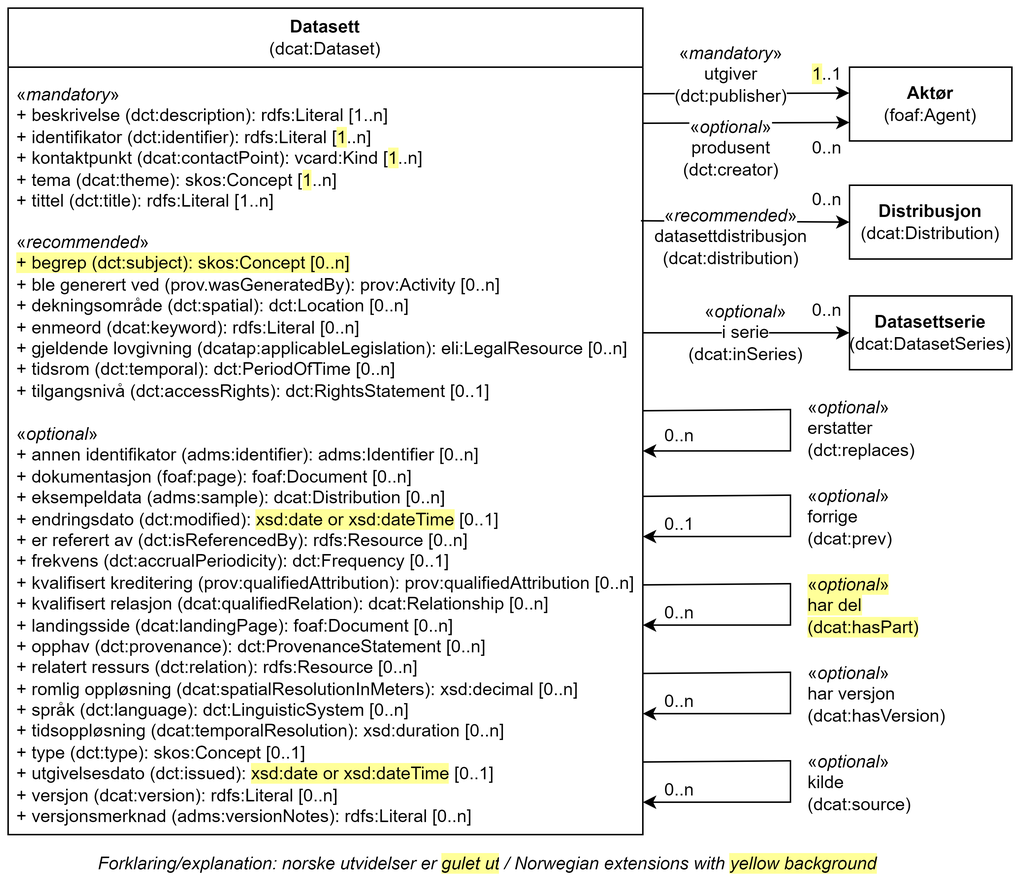
Informasjonsforvaltning/dcat-ap-no keeps this draw.io diagram as docs/images/Klassen-Datasett.png. Above is the earlier version. Source tidied: cells renumbered, new cells last; positions are measured from the earlier drawing's top-left corner, leaving out a move shared by most shapes.
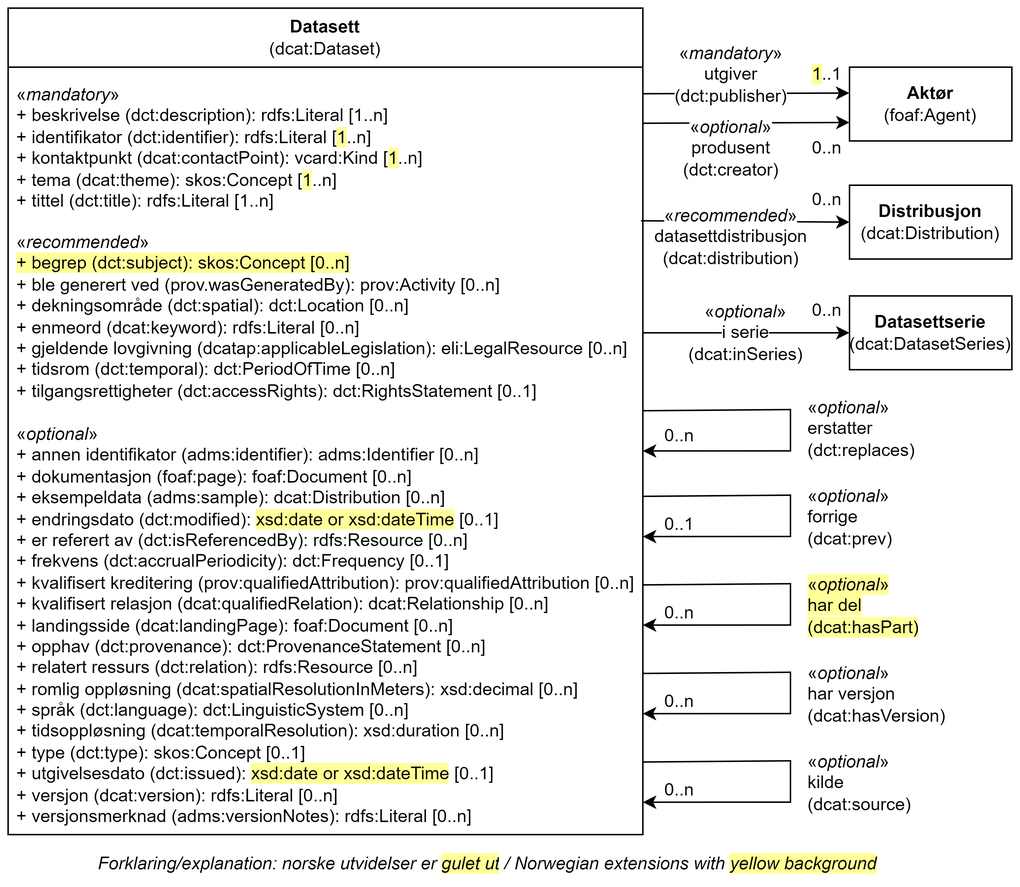
The same diagram one commit later.

Commit message:
Oppdaterer tegning Datasett

What changed in the source:
```diff
@@ -8,7 +8,7 @@
     <mxCell id="3" value="«&lt;i&gt;mandatory&lt;/i&gt;»&lt;br&gt;+ beskrivelse (dct:description): rdfs:Literal [1..n]&lt;br&gt;+ identifikator (dct:identifier): rdfs:Literal [&lt;span style=&quot;background-color: rgb(255, 255, 153);&quot;&gt;1&lt;/span&gt;..n]&lt;br&gt;+ kontaktpunkt (dcat:contactPoint): vcard:Kind [&lt;span style=&quot;background-color: rgb(255, 255, 153);&quot;&gt;1&lt;/span&gt;..n]&lt;br&gt;+ tema (dcat:theme): skos:Concept [&lt;span style=&quot;background-color: rgb(255, 255, 153);&quot;&gt;1&lt;/span&gt;..n]&lt;br&gt;+ tittel (dct:title): rdfs:Literal [1..n]" style="text;strokeColor=none;fillColor=none;align=left;verticalAlign=top;spacingLeft=4;spacingRight=4;overflow=hidden;whiteSpace=wrap;html=1;" parent="2" vertex="1">
       <mxGeometry y="45" width="300" height="100" as="geometry" />
     </mxCell>
-    <mxCell id="4" value="«&lt;i&gt;recommended&lt;/i&gt;»&lt;br&gt;&lt;span style=&quot;background-color: rgb(255, 255, 153);&quot;&gt;+ begrep (dct:subject): skos:Concept [0..n]&lt;/span&gt;&lt;br&gt;+ ble generert ved (prov.wasGeneratedBy): prov:Activity [0..n]&lt;br&gt;+ dekningsområde (dct:spatial): dct:Location [0..n]&lt;br&gt;+ enmeord (dcat:keyword): rdfs:Literal [0..n]&lt;br&gt;+ gjeldende lovgivning (dcatap:applicableLegislation): eli:LegalResource [0..n]&lt;br&gt;+ tidsrom (dct:temporal): dct:PeriodOfTime [0..n]&lt;br&gt;+&amp;nbsp;tilgangsnivå (dct:accessRights):&amp;nbsp;dct:RightsStatement [0..1]" style="text;strokeColor=none;fillColor=none;align=left;verticalAlign=top;spacingLeft=4;spacingRight=4;overflow=hidden;points=[[0,0.5],[1,0.5]];portConstraint=eastwest;whiteSpace=wrap;html=1;" parent="2" vertex="1">
+    <mxCell id="4" value="«&lt;i&gt;recommended&lt;/i&gt;»&lt;br&gt;&lt;span style=&quot;background-color: rgb(255, 255, 153);&quot;&gt;+ begrep (dct:subject): skos:Concept [0..n]&lt;/span&gt;&lt;br&gt;+ ble generert ved (prov.wasGeneratedBy): prov:Activity [0..n]&lt;br&gt;+ dekningsområde (dct:spatial): dct:Location [0..n]&lt;br&gt;+ enmeord (dcat:keyword): rdfs:Literal [0..n]&lt;br&gt;+ gjeldende lovgivning (dcatap:applicableLegislation): eli:LegalResource [0..n]&lt;br&gt;+ tidsrom (dct:temporal): dct:PeriodOfTime [0..n]&lt;br&gt;+&amp;nbsp;tilgangsrettigheter (dct:accessRights):&amp;nbsp;dct:RightsStatement [0..1]" style="text;strokeColor=none;fillColor=none;align=left;verticalAlign=top;spacingLeft=4;spacingRight=4;overflow=hidden;points=[[0,0.5],[1,0.5]];portConstraint=eastwest;whiteSpace=wrap;html=1;" parent="2" vertex="1">
       <mxGeometry y="145" width="430" height="130" as="geometry" />
     </mxCell>
     <mxCell id="5" value="«&lt;i&gt;optional&lt;/i&gt;»&lt;br&gt;+ annen identifikator (adms:identifier): adms:Identifier [0..n]&lt;br&gt;+ dokumentasjon (foaf:page): foaf:Document [0..n]&lt;br&gt;+ eksempeldata (adms:sample): dcat:Distribution [0..n]&lt;br&gt;+ endringsdato (dct:modified): &lt;span style=&quot;background-color: rgb(255, 255, 153);&quot;&gt;xsd:date or xsd:dateTime&lt;/span&gt; [0..1]&lt;br&gt;+ er referert av (dct:isReferencedBy): rdfs:Resource [0..n]&lt;br&gt;+ frekvens (dct:accrualPeriodicity): dct:Frequency [0..1]&lt;br&gt;+ kvalifisert kreditering (prov:qualifiedAttribution): prov:qualifiedAttribution [0..n]&lt;br&gt;+ kvalifisert relasjon (dcat:qualifiedRelation): dcat:Relationship [0..n]&lt;br&gt;+ landingsside (dcat:landingPage): foaf:Document [0..n]&lt;br&gt;+ opphav (dct:provenance): dct:ProvenanceStatement [0..n]&lt;br&gt;+ relatert ressurs (dct:relation): rdfs:Resource [0..n]&lt;br&gt;+ romlig oppløsning (dcat:spatialResolutionInMeters): xsd:decimal [0..n]&lt;br&gt;+ språk (dct:language): dct:LinguisticSystem [0..n]&lt;br&gt;+ tidsoppløsning (dcat:temporalResolution): xsd:duration [0..n]&lt;br&gt;+ type (dct:type): skos:Concept [0..1]&lt;br&gt;+ utgivelsesdato (dct:issued): &lt;span style=&quot;background-color: rgb(255, 255, 153);&quot;&gt;xsd:date or xsd:dateTime&lt;/span&gt; [0..1]&lt;br&gt;+ versjon (dcat:version): rdfs:Literal [0..n]&lt;br&gt;+ versjonsmerknad (adms:versionNotes): rdfs:Literal [0..n]" style="text;strokeColor=none;fillColor=none;align=left;verticalAlign=top;spacingLeft=4;spacingRight=4;overflow=hidden;whiteSpace=wrap;html=1;" parent="2" vertex="1">
```
